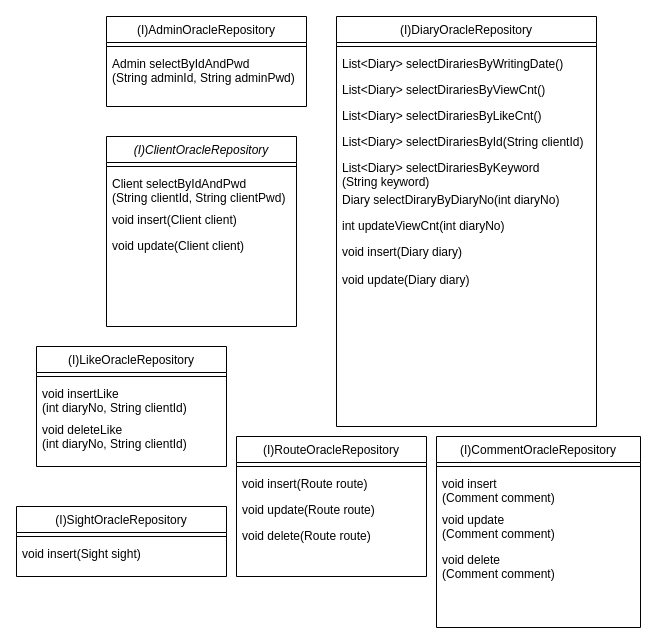
Earlier version of the draw.io diagram document/repository_class_diagram.drawio (RouteDiary/route-diary). Source tidied: cells renumbered, new cells numbered last; positions are measured from the earlier drawing's top-left corner, leaving out a move shared by most shapes. Both pictures are drawn from the tidied source at 100%, with x=0, y=0 at pixel (16, 16).
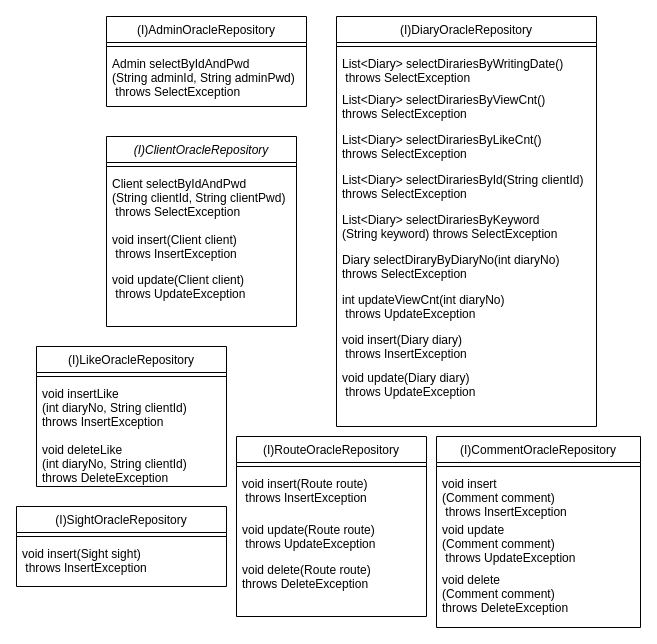
The same diagram, later.

The change refers to these unchanged cells:
```xml
<mxCell id="2" value="(I)ClientOracleRepository" style="swimlane;fontStyle=2;align=center;verticalAlign=top;horizontal=1;startSize=26;rounded=0;shadow=0;strokeWidth=1;" parent="1" vertex="1">
  <mxGeometry x="90" y="120" width="190" height="190" as="geometry" />
</mxCell>
<mxCell id="7" value="(I)DiaryOracleRepository" style="swimlane;fontStyle=0;align=center;verticalAlign=top;horizontal=1;startSize=26;rounded=0;shadow=0;strokeWidth=1;" parent="1" vertex="1">
  <mxGeometry x="320" width="260" height="410" as="geometry" />
</mxCell>
<mxCell id="18" value="(I)AdminOracleRepository" style="swimlane;fontStyle=0;align=center;verticalAlign=top;horizontal=1;startSize=26;rounded=0;shadow=0;strokeWidth=1;" parent="1" vertex="1">
  <mxGeometry x="90" width="200" height="90" as="geometry" />
</mxCell>
<mxCell id="21" value="(I)CommentOracleRepository" style="swimlane;fontStyle=0;align=center;verticalAlign=top;horizontal=1;startSize=26;rounded=0;shadow=0;strokeWidth=1;" parent="1" vertex="1">
  <mxGeometry x="420" y="420" width="204" height="191" as="geometry" />
</mxCell>
```

Change to the diagram source:
```diff
@@
-    <mxCell id="4" value="Client selectByIdAndPwd&#10;(String clientId, String clientPwd)&#10;" style="text;align=left;verticalAlign=top;spacingLeft=4;spacingRight=4;overflow=hidden;" parent="2" vertex="1">
-      <mxGeometry y="34" width="190" height="36" as="geometry" />
+    <mxCell id="4" value="Client selectByIdAndPwd&#10;(String clientId, String clientPwd)&#10; throws SelectException&#10;" style="text;align=left;verticalAlign=top;spacingLeft=4;spacingRight=4;overflow=hidden;" parent="2" vertex="1">
+      <mxGeometry y="34" width="190" height="56" as="geometry" />
     </mxCell>
-    <mxCell id="5" value="void insert(Client client)&#10;" style="text;align=left;verticalAlign=top;spacingLeft=4;spacingRight=4;overflow=hidden;" parent="2" vertex="1">
-      <mxGeometry y="70" width="190" height="26" as="geometry" />
+    <mxCell id="5" value="void insert(Client client)&#10; throws InsertException&#10;" style="text;align=left;verticalAlign=top;spacingLeft=4;spacingRight=4;overflow=hidden;" parent="2" vertex="1">
+      <mxGeometry y="90" width="190" height="40" as="geometry" />
     </mxCell>
-    <mxCell id="6" value="void update(Client client)&#10;" style="text;align=left;verticalAlign=top;spacingLeft=4;spacingRight=4;overflow=hidden;" parent="2" vertex="1">
-      <mxGeometry y="96" width="190" height="24" as="geometry" />
+    <mxCell id="6" value="void update(Client client)&#10; throws UpdateException&#10;" style="text;align=left;verticalAlign=top;spacingLeft=4;spacingRight=4;overflow=hidden;" parent="2" vertex="1">
+      <mxGeometry y="130" width="190" height="40" as="geometry" />
     </mxCell>
@@
-    <mxCell id="9" value="List&lt;Diary&gt; selectDirariesByWritingDate()" style="text;align=left;verticalAlign=top;spacingLeft=4;spacingRight=4;overflow=hidden;" parent="7" vertex="1">
-      <mxGeometry y="34" width="260" height="26" as="geometry" />
+    <mxCell id="9" value="List&lt;Diary&gt; selectDirariesByWritingDate()&#10; throws SelectException" style="text;align=left;verticalAlign=top;spacingLeft=4;spacingRight=4;overflow=hidden;" parent="7" vertex="1">
+      <mxGeometry y="34" width="260" height="36" as="geometry" />
     </mxCell>
-    <mxCell id="10" value="List&lt;Diary&gt; selectDirariesByViewCnt()" style="text;align=left;verticalAlign=top;spacingLeft=4;spacingRight=4;overflow=hidden;" parent="7" vertex="1">
-      <mxGeometry y="60" width="260" height="26" as="geometry" />
+    <mxCell id="10" value="List&lt;Diary&gt; selectDirariesByViewCnt() &#10;throws SelectException" style="text;align=left;verticalAlign=top;spacingLeft=4;spacingRight=4;overflow=hidden;" parent="7" vertex="1">
+      <mxGeometry y="70" width="260" height="40" as="geometry" />
     </mxCell>
-    <mxCell id="11" value="List&lt;Diary&gt; selectDirariesByLikeCnt()" style="text;align=left;verticalAlign=top;spacingLeft=4;spacingRight=4;overflow=hidden;" parent="7" vertex="1">
-      <mxGeometry y="86" width="260" height="26" as="geometry" />
+    <mxCell id="11" value="List&lt;Diary&gt; selectDirariesByLikeCnt() &#10;throws SelectException" style="text;align=left;verticalAlign=top;spacingLeft=4;spacingRight=4;overflow=hidden;" parent="7" vertex="1">
+      <mxGeometry y="110" width="260" height="40" as="geometry" />
     </mxCell>
-    <mxCell id="12" value="List&lt;Diary&gt; selectDirariesById(String clientId)" style="text;align=left;verticalAlign=top;spacingLeft=4;spacingRight=4;overflow=hidden;" parent="7" vertex="1">
-      <mxGeometry y="112" width="260" height="26" as="geometry" />
+    <mxCell id="12" value="List&lt;Diary&gt; selectDirariesById(String clientId) &#10;throws SelectException" style="text;align=left;verticalAlign=top;spacingLeft=4;spacingRight=4;overflow=hidden;" parent="7" vertex="1">
+      <mxGeometry y="150" width="260" height="40" as="geometry" />
     </mxCell>
-    <mxCell id="13" value="List&lt;Diary&gt; selectDirariesByKeyword&#10;(String keyword)" style="text;align=left;verticalAlign=top;spacingLeft=4;spacingRight=4;overflow=hidden;" parent="7" vertex="1">
-      <mxGeometry y="138" width="260" height="32" as="geometry" />
+    <mxCell id="13" value="List&lt;Diary&gt; selectDirariesByKeyword&#10;(String keyword) throws SelectException" style="text;align=left;verticalAlign=top;spacingLeft=4;spacingRight=4;overflow=hidden;" parent="7" vertex="1">
+      <mxGeometry y="190" width="260" height="40" as="geometry" />
     </mxCell>
-    <mxCell id="14" value="Diary selectDiraryByDiaryNo(int diaryNo)" style="text;align=left;verticalAlign=top;spacingLeft=4;spacingRight=4;overflow=hidden;" parent="7" vertex="1">
-      <mxGeometry y="170" width="260" height="26" as="geometry" />
+    <mxCell id="14" value="Diary selectDiraryByDiaryNo(int diaryNo) &#10;throws SelectException" style="text;align=left;verticalAlign=top;spacingLeft=4;spacingRight=4;overflow=hidden;" parent="7" vertex="1">
+      <mxGeometry y="230" width="260" height="40" as="geometry" />
     </mxCell>
-    <mxCell id="15" value="int updateViewCnt(int diaryNo)&#10;" style="text;align=left;verticalAlign=top;spacingLeft=4;spacingRight=4;overflow=hidden;" parent="7" vertex="1">
-      <mxGeometry y="196" width="260" height="26" as="geometry" />
+    <mxCell id="15" value="int updateViewCnt(int diaryNo)&#10; throws UpdateException&#10;" style="text;align=left;verticalAlign=top;spacingLeft=4;spacingRight=4;overflow=hidden;" parent="7" vertex="1">
+      <mxGeometry y="270" width="260" height="40" as="geometry" />
     </mxCell>
-    <mxCell id="16" value="void insert(Diary diary)&#10;" style="text;align=left;verticalAlign=top;spacingLeft=4;spacingRight=4;overflow=hidden;" parent="7" vertex="1">
-      <mxGeometry y="222" width="260" height="28" as="geometry" />
+    <mxCell id="16" value="void insert(Diary diary)&#10; throws InsertException&#10;" style="text;align=left;verticalAlign=top;spacingLeft=4;spacingRight=4;overflow=hidden;" parent="7" vertex="1">
+      <mxGeometry y="310" width="260" height="38" as="geometry" />
     </mxCell>
-    <mxCell id="17" value="void update(Diary diary)&#10;" style="text;align=left;verticalAlign=top;spacingLeft=4;spacingRight=4;overflow=hidden;" parent="7" vertex="1">
-      <mxGeometry y="250" width="260" height="26" as="geometry" />
+    <mxCell id="17" value="void update(Diary diary)&#10; throws UpdateException&#10;" style="text;align=left;verticalAlign=top;spacingLeft=4;spacingRight=4;overflow=hidden;" parent="7" vertex="1">
+      <mxGeometry y="348" width="260" height="42" as="geometry" />
     </mxCell>
@@
-    <mxCell id="20" value="Admin selectByIdAndPwd&#10;(String adminId, String adminPwd)&#10;" style="text;align=left;verticalAlign=top;spacingLeft=4;spacingRight=4;overflow=hidden;" parent="18" vertex="1">
-      <mxGeometry y="34" width="200" height="36" as="geometry" />
+    <mxCell id="20" value="Admin selectByIdAndPwd&#10;(String adminId, String adminPwd)&#10; throws SelectException&#10;" style="text;align=left;verticalAlign=top;spacingLeft=4;spacingRight=4;overflow=hidden;" parent="18" vertex="1">
+      <mxGeometry y="34" width="200" height="56" as="geometry" />
     </mxCell>
@@
-    <mxCell id="23" value="void insert&#10;(Comment comment)&#10;" style="text;align=left;verticalAlign=top;spacingLeft=4;spacingRight=4;overflow=hidden;" parent="21" vertex="1">
-      <mxGeometry y="34" width="204" height="36" as="geometry" />
+    <mxCell id="23" value="void insert&#10;(Comment comment)&#10; throws InsertException&#10;" style="text;align=left;verticalAlign=top;spacingLeft=4;spacingRight=4;overflow=hidden;" parent="21" vertex="1">
+      <mxGeometry y="34" width="204" height="46" as="geometry" />
     </mxCell>
-    <mxCell id="24" value="void update&#10;(Comment comment)&#10;" style="text;align=left;verticalAlign=top;spacingLeft=4;spacingRight=4;overflow=hidden;" parent="21" vertex="1">
-      <mxGeometry y="70" width="204" height="40" as="geometry" />
+    <mxCell id="24" value="void update&#10;(Comment comment)&#10; throws UpdateException&#10;" style="text;align=left;verticalAlign=top;spacingLeft=4;spacingRight=4;overflow=hidden;" parent="21" vertex="1">
+      <mxGeometry y="80" width="204" height="50" as="geometry" />
     </mxCell>
-    <mxCell id="25" value="void delete&#10;(Comment comment)&#10;" style="text;align=left;verticalAlign=top;spacingLeft=4;spacingRight=4;overflow=hidden;" parent="21" vertex="1">
-      <mxGeometry y="110" width="204" height="40" as="geometry" />
+    <mxCell id="25" value="void delete&#10;(Comment comment)&#10;throws DeleteException" style="text;align=left;verticalAlign=top;spacingLeft=4;spacingRight=4;overflow=hidden;" parent="21" vertex="1">
+      <mxGeometry y="130" width="204" height="50" as="geometry" />
     </mxCell>
     <mxCell id="26" value="(I)LikeOracleRepository" style="swimlane;fontStyle=0;align=center;verticalAlign=top;horizontal=1;startSize=26;rounded=0;shadow=0;strokeWidth=1;" parent="1" vertex="1">
-      <mxGeometry x="20" y="330" width="190" height="120" as="geometry" />
+      <mxGeometry x="20" y="330" width="190" height="140" as="geometry" />
     </mxCell>
@@
-    <mxCell id="28" value="void insertLike&#10;(int diaryNo, String clientId)&#10;" style="text;align=left;verticalAlign=top;spacingLeft=4;spacingRight=4;overflow=hidden;" parent="26" vertex="1">
-      <mxGeometry y="34" width="190" height="36" as="geometry" />
+    <mxCell id="28" value="void insertLike&#10;(int diaryNo, String clientId)&#10;throws InsertException" style="text;align=left;verticalAlign=top;spacingLeft=4;spacingRight=4;overflow=hidden;" parent="26" vertex="1">
+      <mxGeometry y="34" width="190" height="56" as="geometry" />
     </mxCell>
-    <mxCell id="29" value="void deleteLike&#10;(int diaryNo, String clientId)&#10;" style="text;align=left;verticalAlign=top;spacingLeft=4;spacingRight=4;overflow=hidden;" parent="26" vertex="1">
-      <mxGeometry y="70" width="190" height="36" as="geometry" />
+    <mxCell id="29" value="void deleteLike&#10;(int diaryNo, String clientId)&#10;throws DeleteException&#10;" style="text;align=left;verticalAlign=top;spacingLeft=4;spacingRight=4;overflow=hidden;" parent="26" vertex="1">
+      <mxGeometry y="90" width="190" height="50" as="geometry" />
     </mxCell>
     <mxCell id="30" value="(I)RouteOracleRepository" style="swimlane;fontStyle=0;align=center;verticalAlign=top;horizontal=1;startSize=26;rounded=0;shadow=0;strokeWidth=1;" parent="1" vertex="1">
-      <mxGeometry x="220" y="420" width="190" height="140" as="geometry" />
+      <mxGeometry x="220" y="420" width="190" height="180" as="geometry" />
     </mxCell>
@@
-    <mxCell id="32" value="void insert(Route route)&#10;" style="text;align=left;verticalAlign=top;spacingLeft=4;spacingRight=4;overflow=hidden;" parent="30" vertex="1">
-      <mxGeometry y="34" width="190" height="26" as="geometry" />
+    <mxCell id="32" value="void insert(Route route)&#10; throws InsertException&#10;" style="text;align=left;verticalAlign=top;spacingLeft=4;spacingRight=4;overflow=hidden;" parent="30" vertex="1">
+      <mxGeometry y="34" width="190" height="46" as="geometry" />
     </mxCell>
-    <mxCell id="33" value="void update(Route route)&#10;" style="text;align=left;verticalAlign=top;spacingLeft=4;spacingRight=4;overflow=hidden;" parent="30" vertex="1">
-      <mxGeometry y="60" width="190" height="26" as="geometry" />
+    <mxCell id="33" value="void update(Route route)&#10; throws UpdateException&#10;" style="text;align=left;verticalAlign=top;spacingLeft=4;spacingRight=4;overflow=hidden;" parent="30" vertex="1">
+      <mxGeometry y="80" width="190" height="40" as="geometry" />
     </mxCell>
-    <mxCell id="34" value="void delete(Route route)&#10;" style="text;align=left;verticalAlign=top;spacingLeft=4;spacingRight=4;overflow=hidden;" parent="30" vertex="1">
-      <mxGeometry y="86" width="190" height="26" as="geometry" />
+    <mxCell id="34" value="void delete(Route route)&#10;throws DeleteException&#10;" style="text;align=left;verticalAlign=top;spacingLeft=4;spacingRight=4;overflow=hidden;" parent="30" vertex="1">
+      <mxGeometry y="120" width="190" height="60" as="geometry" />
     </mxCell>
     <mxCell id="35" value="(I)SightOracleRepository" style="swimlane;fontStyle=0;align=center;verticalAlign=top;horizontal=1;startSize=26;rounded=0;shadow=0;strokeWidth=1;" parent="1" vertex="1">
-      <mxGeometry y="490" width="210" height="70" as="geometry" />
+      <mxGeometry y="490" width="210" height="80" as="geometry" />
     </mxCell>
@@
-    <mxCell id="37" value="void insert(Sight sight)&#10;" style="text;align=left;verticalAlign=top;spacingLeft=4;spacingRight=4;overflow=hidden;" parent="35" vertex="1">
-      <mxGeometry y="34" width="210" height="26" as="geometry" />
+    <mxCell id="37" value="void insert(Sight sight)&#10; throws InsertException&#10;" style="text;align=left;verticalAlign=top;spacingLeft=4;spacingRight=4;overflow=hidden;" parent="35" vertex="1">
+      <mxGeometry y="34" width="210" height="36" as="geometry" />
     </mxCell>
```
